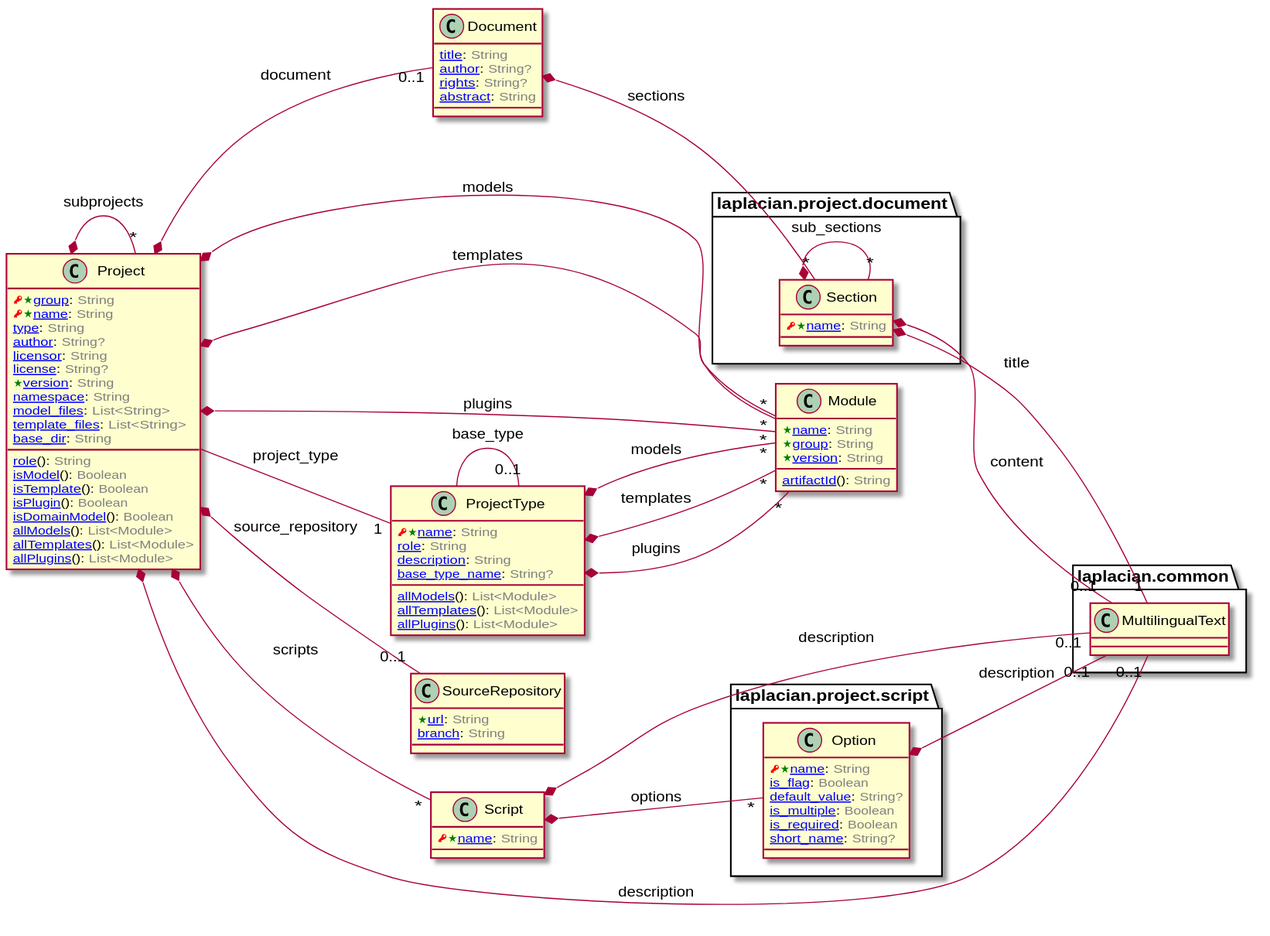
Earlier version of the PlantUML export doc/image/model-diagram.svg (laplacian-core/project.domain-model).
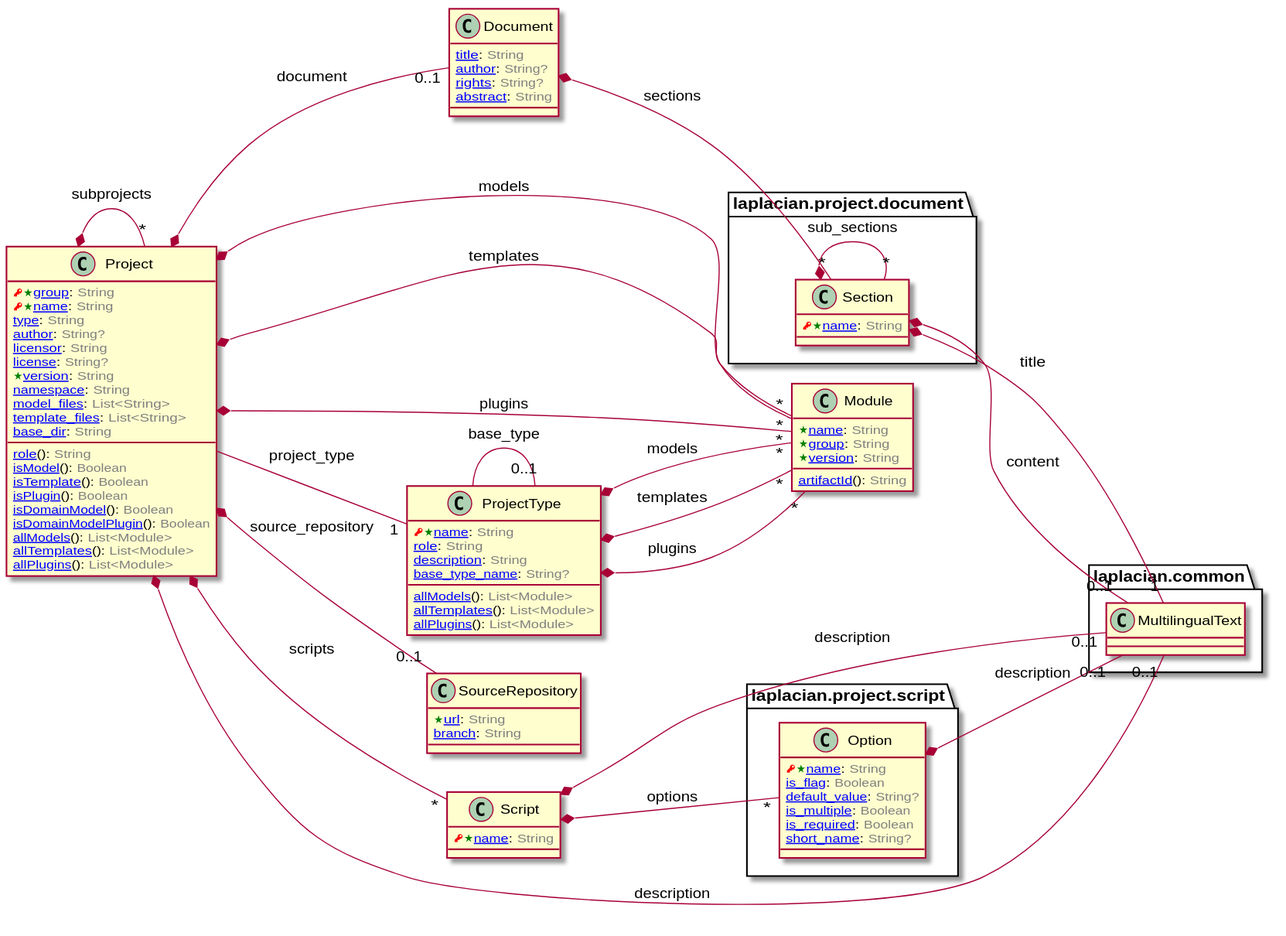
After the commit.

Diff of the diagram source:
```diff
@@ -89,6 +89,7 @@
   [[/blob/master/doc/entities/Project.md#is_template-boolean isTemplate]](): <color:GRAY>Boolean</color>
   [[/blob/master/doc/entities/Project.md#is_plugin-boolean isPlugin]](): <color:GRAY>Boolean</color>
   [[/blob/master/doc/entities/Project.md#is_domain_model-boolean isDomainModel]](): <color:GRAY>Boolean</color>
+  [[/blob/master/doc/entities/Project.md#is_domain_model_plugin-boolean isDomainModelPlugin]](): <color:GRAY>Boolean</color>
   [[/blob/master/doc/entities/Project.md#all_models-listModule allModels]](): <color:GRAY>List<Module></color>
   [[/blob/master/doc/entities/Project.md#all_templates-listModule allTemplates]](): <color:GRAY>List<Module></color>
   [[/blob/master/doc/entities/Project.md#all_plugins-listModule allPlugins]](): <color:GRAY>List<Module></color>
```
